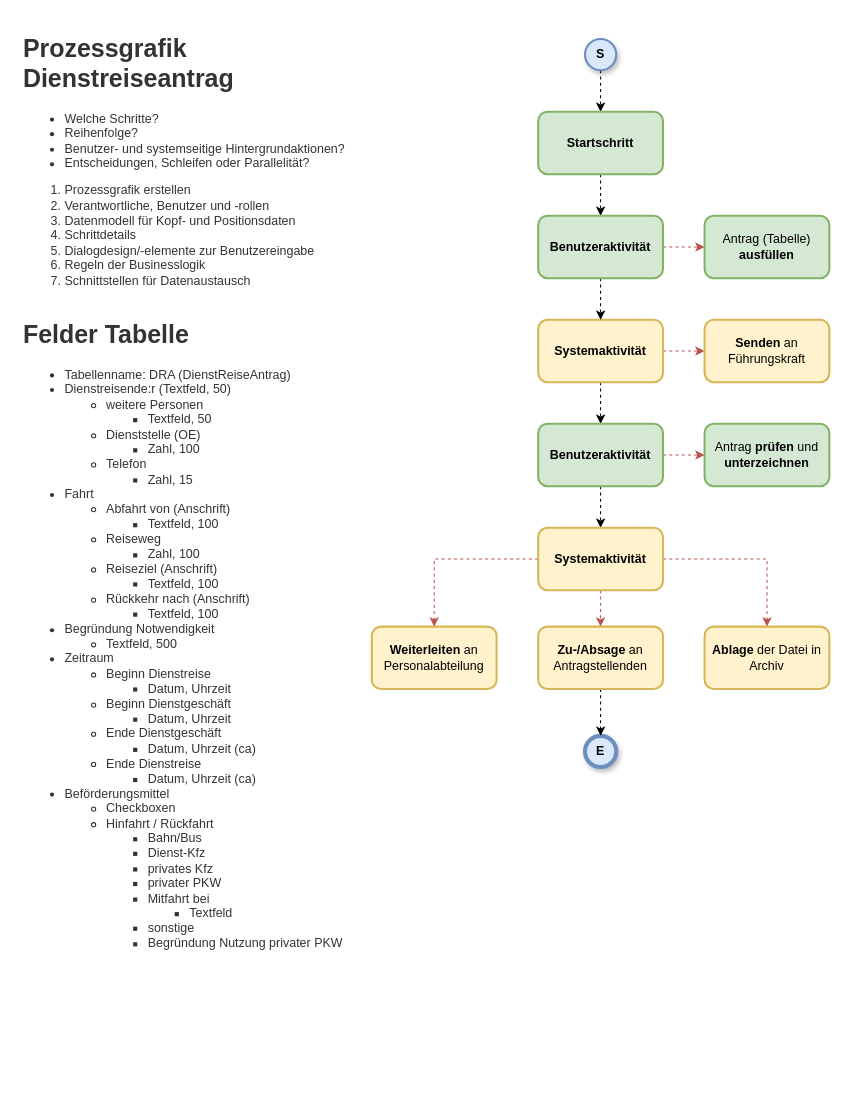
Before: jra-dienstreiseantrag.drawio in SaBy1188/JobRouterLearn, a draw.io diagram. Source tidied: cells renumbered, new cells numbered last; positions are measured from the earlier drawing's top-left corner, leaving out a move shared by most shapes. Both pictures are drawn from the tidied source at 104%, with x=0, y=0 at pixel (18, 28).
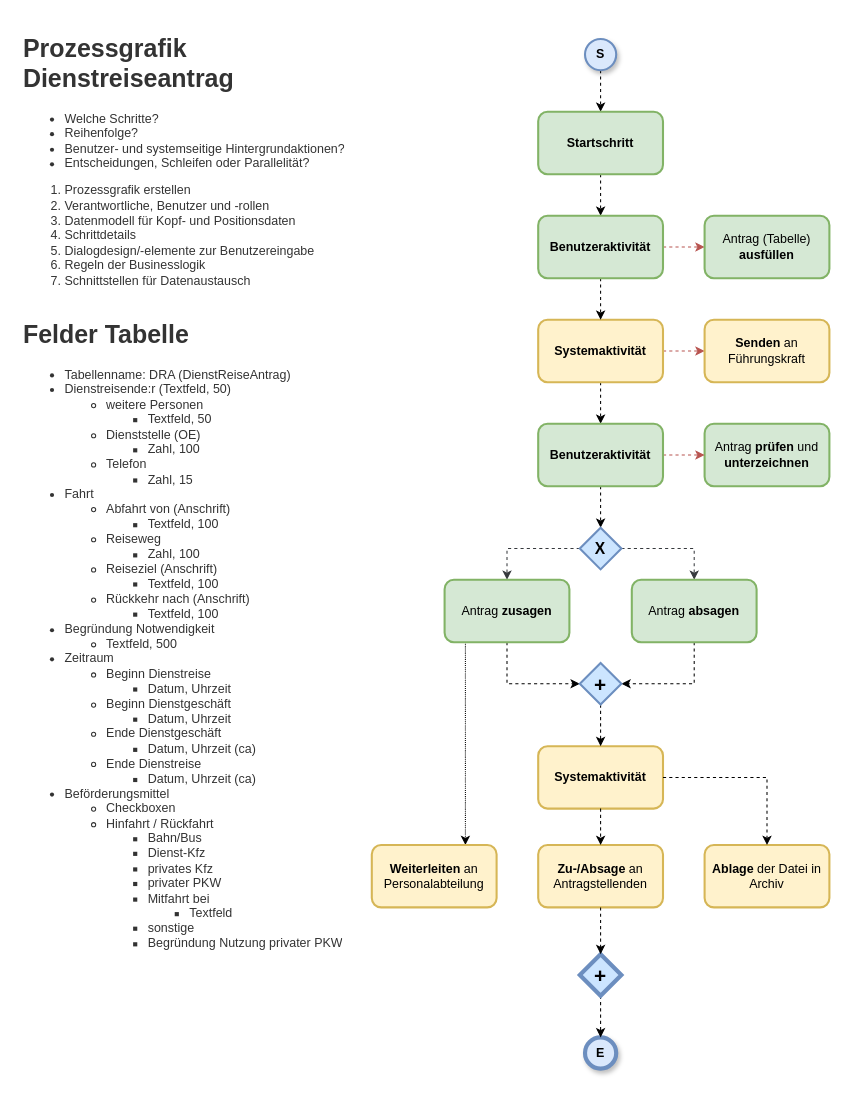
After the change.

Unchanged cells that the change refers to:
```xml
<mxCell id="18" value="&lt;b&gt;Benutzeraktivität&lt;/b&gt;" style="rounded=1;whiteSpace=wrap;html=1;fillColor=#d5e8d4;strokeColor=#82b366;strokeWidth=2;shadow=0;glass=0;" parent="1" vertex="1">
  <mxGeometry x="500" y="380" width="120" height="60" as="geometry" />
</mxCell>
```

Change to the diagram source:
```diff
@@
     <mxCell id="4" value="&lt;b&gt;E&lt;/b&gt;" style="ellipse;whiteSpace=wrap;html=1;fillColor=#dae8fc;strokeColor=#6c8ebf;strokeWidth=4;shadow=1;" parent="1" vertex="1">
-      <mxGeometry x="545" y="680" width="30" height="30" as="geometry" />
+      <mxGeometry x="545" y="970" width="30" height="30" as="geometry" />
     </mxCell>
@@
-    <mxCell id="17" style="edgeStyle=orthogonalEdgeStyle;rounded=0;jettySize=auto;html=1;dashed=1;" parent="1" edge="1" source="18" target="25">
-      <mxGeometry relative="1" as="geometry" />
-    </mxCell>
+    <mxCell id="29" style="edgeStyle=orthogonalEdgeStyle;rounded=0;jettySize=auto;html=1;dashed=1;" parent="1" edge="1" source="18" target="33">
+      <mxGeometry relative="1" as="geometry" />
+    </mxCell>
@@
+    <mxCell id="20" value="&lt;h1&gt;Prozessgrafik&lt;br&gt;Dienstreiseantrag&lt;/h1&gt;&lt;ul style=&quot;border-color: var(--border-color); color: rgb(51, 51, 51);&quot;&gt;&lt;li style=&quot;border-color: var(--border-color);&quot;&gt;Welche Schritte?&lt;/li&gt;&lt;li style=&quot;border-color: var(--border-color);&quot;&gt;Reihenfolge?&lt;/li&gt;&lt;li style=&quot;border-color: var(--border-color);&quot;&gt;Benutzer- und systemseitige Hintergrundaktionen?&lt;/li&gt;&lt;li style=&quot;border-color: var(--border-color);&quot;&gt;Entscheidungen, Schleifen oder Parallelität?&lt;/li&gt;&lt;/ul&gt;&lt;ol style=&quot;border-color: var(--border-color); color: rgb(51, 51, 51);&quot;&gt;&lt;li style=&quot;border-color: var(--border-color);&quot;&gt;Prozessgrafik erstellen&lt;/li&gt;&lt;li style=&quot;border-color: var(--border-color);&quot;&gt;Verantwortliche, Benutzer und -rollen&lt;/li&gt;&lt;li style=&quot;border-color: var(--border-color);&quot;&gt;Datenmodell für Kopf- und Positionsdaten&lt;/li&gt;&lt;li style=&quot;border-color: var(--border-color);&quot;&gt;Schrittdetails&lt;/li&gt;&lt;li style=&quot;border-color: var(--border-color);&quot;&gt;Dialogdesign/-elemente zur Benutzereingabe&lt;/li&gt;&lt;li style=&quot;border-color: var(--border-color);&quot;&gt;Regeln der Businesslogik&lt;/li&gt;&lt;li style=&quot;border-color: var(--border-color);&quot;&gt;Schnittstellen für Datenaustausch&lt;/li&gt;&lt;/ol&gt;" style="text;html=1;spacing=5;spacingTop=-20;whiteSpace=wrap;overflow=hidden;rounded=0;fillColor=#FFFFFF;fontColor=#333333;strokeColor=none;" parent="1" vertex="1">
+      <mxGeometry width="330" height="260" as="geometry" />
+    </mxCell>
+    <mxCell id="27" value="&lt;h1&gt;Felder Tabelle&lt;/h1&gt;&lt;div&gt;&lt;ul style=&quot;border-color: var(--border-color);&quot;&gt;&lt;li style=&quot;border-color: var(--border-color);&quot;&gt;Tabellenname: DRA (DienstReiseAntrag)&lt;/li&gt;&lt;li style=&quot;border-color: var(--border-color);&quot;&gt;Dienstreisende:r (Textfeld, 50)&lt;/li&gt;&lt;ul style=&quot;border-color: var(--border-color);&quot;&gt;&lt;li style=&quot;border-color: var(--border-color);&quot;&gt;weitere Personen&lt;/li&gt;&lt;ul style=&quot;border-color: var(--border-color);&quot;&gt;&lt;li style=&quot;border-color: var(--border-color);&quot;&gt;Textfeld, 50&lt;/li&gt;&lt;/ul&gt;&lt;li style=&quot;border-color: var(--border-color);&quot;&gt;Dienststelle (OE)&lt;/li&gt;&lt;ul style=&quot;border-color: var(--border-color);&quot;&gt;&lt;li style=&quot;border-color: var(--border-color);&quot;&gt;Zahl, 100&lt;/li&gt;&lt;/ul&gt;&lt;li style=&quot;border-color: var(--border-color);&quot;&gt;Telefon&lt;/li&gt;&lt;ul style=&quot;border-color: var(--border-color);&quot;&gt;&lt;li style=&quot;border-color: var(--border-color);&quot;&gt;Zahl, 15&lt;/li&gt;&lt;/ul&gt;&lt;/ul&gt;&lt;li style=&quot;border-color: var(--border-color);&quot;&gt;Fahrt&lt;/li&gt;&lt;ul style=&quot;border-color: var(--border-color);&quot;&gt;&lt;li style=&quot;border-color: var(--border-color);&quot;&gt;Abfahrt von (Anschrift)&lt;/li&gt;&lt;ul style=&quot;border-color: var(--border-color);&quot;&gt;&lt;li style=&quot;border-color: var(--border-color);&quot;&gt;Textfeld, 100&lt;/li&gt;&lt;/ul&gt;&lt;li style=&quot;border-color: var(--border-color);&quot;&gt;Reiseweg&lt;/li&gt;&lt;ul style=&quot;border-color: var(--border-color);&quot;&gt;&lt;li style=&quot;border-color: var(--border-color);&quot;&gt;Zahl, 100&lt;/li&gt;&lt;/ul&gt;&lt;li style=&quot;border-color: var(--border-color);&quot;&gt;Reiseziel (Anschrift)&lt;/li&gt;&lt;ul style=&quot;border-color: var(--border-color);&quot;&gt;&lt;li style=&quot;border-color: var(--border-color);&quot;&gt;Textfeld, 100&lt;/li&gt;&lt;/ul&gt;&lt;li style=&quot;border-color: var(--border-color);&quot;&gt;Rückkehr nach (Anschrift)&lt;/li&gt;&lt;ul style=&quot;border-color: var(--border-color);&quot;&gt;&lt;li style=&quot;border-color: var(--border-color);&quot;&gt;Textfeld, 100&lt;/li&gt;&lt;/ul&gt;&lt;/ul&gt;&lt;li style=&quot;border-color: var(--border-color);&quot;&gt;Begründung Notwendigkeit&lt;/li&gt;&lt;ul style=&quot;border-color: var(--border-color);&quot;&gt;&lt;li style=&quot;border-color: var(--border-color);&quot;&gt;Textfeld, 500&lt;/li&gt;&lt;/ul&gt;&lt;li style=&quot;border-color: var(--border-color);&quot;&gt;Zeitraum&lt;/li&gt;&lt;ul style=&quot;border-color: var(--border-color);&quot;&gt;&lt;li style=&quot;border-color: var(--border-color);&quot;&gt;Beginn Dienstreise&lt;/li&gt;&lt;ul style=&quot;border-color: var(--border-color);&quot;&gt;&lt;li style=&quot;border-color: var(--border-color);&quot;&gt;Datum, Uhrzeit&lt;/li&gt;&lt;/ul&gt;&lt;li style=&quot;border-color: var(--border-color);&quot;&gt;Beginn Dienstgeschäft&lt;/li&gt;&lt;ul style=&quot;border-color: var(--border-color);&quot;&gt;&lt;li style=&quot;border-color: var(--border-color);&quot;&gt;Datum, Uhrzeit&lt;/li&gt;&lt;/ul&gt;&lt;li style=&quot;border-color: var(--border-color);&quot;&gt;Ende Dienstgeschäft&lt;/li&gt;&lt;ul style=&quot;border-color: var(--border-color);&quot;&gt;&lt;li style=&quot;border-color: var(--border-color);&quot;&gt;Datum, Uhrzeit (ca)&lt;/li&gt;&lt;/ul&gt;&lt;li style=&quot;border-color: var(--border-color);&quot;&gt;Ende Dienstreise&lt;/li&gt;&lt;ul style=&quot;border-color: var(--border-color);&quot;&gt;&lt;li style=&quot;border-color: var(--border-color);&quot;&gt;Datum, Uhrzeit (ca)&lt;/li&gt;&lt;/ul&gt;&lt;/ul&gt;&lt;li style=&quot;border-color: var(--border-color);&quot;&gt;Beförderungsmittel&lt;/li&gt;&lt;ul style=&quot;border-color: var(--border-color);&quot;&gt;&lt;li style=&quot;border-color: var(--border-color);&quot;&gt;Checkboxen&lt;/li&gt;&lt;li style=&quot;border-color: var(--border-color);&quot;&gt;Hinfahrt / Rückfahrt&lt;/li&gt;&lt;ul style=&quot;border-color: var(--border-color);&quot;&gt;&lt;li style=&quot;border-color: var(--border-color);&quot;&gt;Bahn/Bus&lt;/li&gt;&lt;li style=&quot;border-color: var(--border-color);&quot;&gt;Dienst-Kfz&lt;/li&gt;&lt;li style=&quot;border-color: var(--border-color);&quot;&gt;privates Kfz&lt;/li&gt;&lt;li style=&quot;border-color: var(--border-color);&quot;&gt;privater PKW&lt;/li&gt;&lt;li style=&quot;border-color: var(--border-color);&quot;&gt;Mitfahrt bei&lt;/li&gt;&lt;ul style=&quot;border-color: var(--border-color);&quot;&gt;&lt;li style=&quot;border-color: var(--border-color);&quot;&gt;Textfeld&lt;/li&gt;&lt;/ul&gt;&lt;li style=&quot;border-color: var(--border-color);&quot;&gt;sonstige&lt;/li&gt;&lt;li style=&quot;border-color: var(--border-color);&quot;&gt;Begründung Nutzung privater PKW&lt;/li&gt;&lt;/ul&gt;&lt;/ul&gt;&lt;/ul&gt;&lt;/div&gt;" style="text;html=1;spacing=5;spacingTop=-20;whiteSpace=wrap;overflow=hidden;rounded=0;fillColor=#FFFFFF;fontColor=#333333;strokeColor=none;" parent="1" vertex="1">
+      <mxGeometry y="275" width="330" height="625" as="geometry" />
+    </mxCell>
+    <mxCell id="30" style="edgeStyle=orthogonalEdgeStyle;rounded=0;jettySize=auto;html=1;dashed=1;" parent="1" edge="1" source="41" target="4">
+      <mxGeometry relative="1" as="geometry" />
+    </mxCell>
+    <mxCell id="31" style="edgeStyle=orthogonalEdgeStyle;rounded=0;jettySize=auto;html=1;entryX=0.5;entryY=0;entryDx=0;entryDy=0;dashed=1;fillColor=#ffcccc;strokeColor=#36393d;" parent="1" edge="1" source="33" target="38">
+      <mxGeometry relative="1" as="geometry" />
+    </mxCell>
+    <mxCell id="32" style="edgeStyle=orthogonalEdgeStyle;rounded=0;jettySize=auto;html=1;entryX=0.5;entryY=0;entryDx=0;entryDy=0;dashed=1;fillColor=#ffcccc;strokeColor=#36393d;" parent="1" edge="1" source="33" target="36">
+      <mxGeometry relative="1" as="geometry" />
+    </mxCell>
+    <mxCell id="33" value="&lt;font size=&quot;1&quot; style=&quot;&quot;&gt;&lt;b style=&quot;font-size: 15px;&quot;&gt;X&lt;/b&gt;&lt;/font&gt;" style="rhombus;whiteSpace=wrap;html=1;fillColor=#cce5ff;strokeColor=#6c8ebf;strokeWidth=2;" parent="1" vertex="1">
+      <mxGeometry x="540" y="480" width="40" height="40" as="geometry" />
+    </mxCell>
+    <mxCell id="34" style="edgeStyle=orthogonalEdgeStyle;rounded=0;jettySize=auto;html=1;entryX=0;entryY=0.5;entryDx=0;entryDy=0;exitX=0.5;exitY=1;exitDx=0;exitDy=0;dashed=1;" parent="1" edge="1" source="36" target="40">
+      <mxGeometry relative="1" as="geometry" />
+    </mxCell>
+    <mxCell id="35" style="edgeStyle=orthogonalEdgeStyle;rounded=0;jettySize=auto;html=1;exitX=0.25;exitY=1;exitDx=0;exitDy=0;entryX=0.75;entryY=0;entryDx=0;entryDy=0;dashed=1;dashPattern=1 1;" parent="1" edge="1" source="36" target="19">
+      <mxGeometry relative="1" as="geometry">
+        <Array as="points">
+          <mxPoint x="430" y="590" />
+        </Array>
+      </mxGeometry>
+    </mxCell>
+    <mxCell id="36" value="Antrag &lt;b&gt;zusagen&lt;/b&gt;" style="rounded=1;whiteSpace=wrap;html=1;fillColor=#d5e8d4;strokeColor=#82b366;strokeWidth=2;" parent="1" vertex="1">
+      <mxGeometry x="410" y="530" width="120" height="60" as="geometry" />
+    </mxCell>
+    <mxCell id="37" style="edgeStyle=orthogonalEdgeStyle;rounded=0;jettySize=auto;html=1;entryX=1;entryY=0.5;entryDx=0;entryDy=0;exitX=0.5;exitY=1;exitDx=0;exitDy=0;dashed=1;" parent="1" edge="1" source="38" target="40">
+      <mxGeometry relative="1" as="geometry" />
+    </mxCell>
+    <mxCell id="38" value="Antrag &lt;b&gt;absagen&lt;/b&gt;" style="rounded=1;whiteSpace=wrap;html=1;fillColor=#d5e8d4;strokeColor=#82b366;strokeWidth=2;" parent="1" vertex="1">
+      <mxGeometry x="590" y="530" width="120" height="60" as="geometry" />
+    </mxCell>
     <mxCell id="19" value="&lt;b&gt;Weiterleiten &lt;/b&gt;an Personalabteilung" style="rounded=1;whiteSpace=wrap;html=1;fillColor=#fff2cc;strokeColor=#d6b656;strokeWidth=2;" parent="1" vertex="1">
-      <mxGeometry x="340" y="575" width="120" height="60" as="geometry" />
+      <mxGeometry x="340" y="785" width="120" height="60" as="geometry" />
     </mxCell>
-    <mxCell id="20" value="&lt;h1&gt;Prozessgrafik&lt;br&gt;Dienstreiseantrag&lt;/h1&gt;&lt;ul style=&quot;border-color: var(--border-color); color: rgb(51, 51, 51);&quot;&gt;&lt;li style=&quot;border-color: var(--border-color);&quot;&gt;Welche Schritte?&lt;/li&gt;&lt;li style=&quot;border-color: var(--border-color);&quot;&gt;Reihenfolge?&lt;/li&gt;&lt;li style=&quot;border-color: var(--border-color);&quot;&gt;Benutzer- und systemseitige Hintergrundaktionen?&lt;/li&gt;&lt;li style=&quot;border-color: var(--border-color);&quot;&gt;Entscheidungen, Schleifen oder Parallelität?&lt;/li&gt;&lt;/ul&gt;&lt;ol style=&quot;border-color: var(--border-color); color: rgb(51, 51, 51);&quot;&gt;&lt;li style=&quot;border-color: var(--border-color);&quot;&gt;Prozessgrafik erstellen&lt;/li&gt;&lt;li style=&quot;border-color: var(--border-color);&quot;&gt;Verantwortliche, Benutzer und -rollen&lt;/li&gt;&lt;li style=&quot;border-color: var(--border-color);&quot;&gt;Datenmodell für Kopf- und Positionsdaten&lt;/li&gt;&lt;li style=&quot;border-color: var(--border-color);&quot;&gt;Schrittdetails&lt;/li&gt;&lt;li style=&quot;border-color: var(--border-color);&quot;&gt;Dialogdesign/-elemente zur Benutzereingabe&lt;/li&gt;&lt;li style=&quot;border-color: var(--border-color);&quot;&gt;Regeln der Businesslogik&lt;/li&gt;&lt;li style=&quot;border-color: var(--border-color);&quot;&gt;Schnittstellen für Datenaustausch&lt;/li&gt;&lt;/ol&gt;" style="text;html=1;spacing=5;spacingTop=-20;whiteSpace=wrap;overflow=hidden;rounded=0;fillColor=#FFFFFF;fontColor=#333333;strokeColor=none;" parent="1" vertex="1">
-      <mxGeometry width="330" height="260" as="geometry" />
-    </mxCell>
-    <mxCell id="21" style="edgeStyle=orthogonalEdgeStyle;rounded=0;jettySize=auto;html=1;dashed=1;fillColor=#f8cecc;strokeColor=#b85450;exitX=0.75;exitY=0;exitDx=0;exitDy=0;" parent="1" edge="1" source="25" target="19">
-      <mxGeometry relative="1" as="geometry">
-        <Array as="points">
-          <mxPoint x="590" y="510" />
-        </Array>
-      </mxGeometry>
-    </mxCell>
-    <mxCell id="22" style="edgeStyle=orthogonalEdgeStyle;rounded=0;jettySize=auto;html=1;exitX=1;exitY=0.5;exitDx=0;exitDy=0;entryX=0.5;entryY=0;entryDx=0;entryDy=0;dashed=1;fillColor=#f8cecc;strokeColor=#b85450;" parent="1" edge="1" source="25" target="26">
-      <mxGeometry relative="1" as="geometry" />
-    </mxCell>
-    <mxCell id="23" style="edgeStyle=orthogonalEdgeStyle;rounded=0;jettySize=auto;html=1;exitX=0.5;exitY=1;exitDx=0;exitDy=0;entryX=0.5;entryY=0;entryDx=0;entryDy=0;fillColor=#f8cecc;strokeColor=#b85450;dashed=1;" parent="1" edge="1" source="25" target="28">
-      <mxGeometry relative="1" as="geometry" />
-    </mxCell>
-    <mxCell id="24" style="edgeStyle=orthogonalEdgeStyle;rounded=0;jettySize=auto;html=1;dashed=1;" parent="1" edge="1" source="28" target="4">
-      <mxGeometry relative="1" as="geometry" />
-    </mxCell>
     <mxCell id="25" value="&lt;b&gt;Systemaktivität&lt;/b&gt;" style="rounded=1;whiteSpace=wrap;html=1;fillColor=#fff2cc;strokeColor=#d6b656;strokeWidth=2;" parent="1" vertex="1">
-      <mxGeometry x="500" y="480" width="120" height="60" as="geometry" />
+      <mxGeometry x="500" y="690" width="120" height="60" as="geometry" />
     </mxCell>
     <mxCell id="26" value="&lt;b&gt;Ablage&lt;/b&gt; der Datei in Archiv" style="rounded=1;whiteSpace=wrap;html=1;fillColor=#fff2cc;strokeColor=#d6b656;strokeWidth=2;" parent="1" vertex="1">
-      <mxGeometry x="660" y="575" width="120" height="60" as="geometry" />
+      <mxGeometry x="660" y="785" width="120" height="60" as="geometry" />
     </mxCell>
-    <mxCell id="27" value="&lt;h1&gt;Felder Tabelle&lt;/h1&gt;&lt;div&gt;&lt;ul style=&quot;border-color: var(--border-color);&quot;&gt;&lt;li style=&quot;border-color: var(--border-color);&quot;&gt;Tabellenname: DRA (DienstReiseAntrag)&lt;/li&gt;&lt;li style=&quot;border-color: var(--border-color);&quot;&gt;Dienstreisende:r (Textfeld, 50)&lt;/li&gt;&lt;ul style=&quot;border-color: var(--border-color);&quot;&gt;&lt;li style=&quot;border-color: var(--border-color);&quot;&gt;weitere Personen&lt;/li&gt;&lt;ul style=&quot;border-color: var(--border-color);&quot;&gt;&lt;li style=&quot;border-color: var(--border-color);&quot;&gt;Textfeld, 50&lt;/li&gt;&lt;/ul&gt;&lt;li style=&quot;border-color: var(--border-color);&quot;&gt;Dienststelle (OE)&lt;/li&gt;&lt;ul style=&quot;border-color: var(--border-color);&quot;&gt;&lt;li style=&quot;border-color: var(--border-color);&quot;&gt;Zahl, 100&lt;/li&gt;&lt;/ul&gt;&lt;li style=&quot;border-color: var(--border-color);&quot;&gt;Telefon&lt;/li&gt;&lt;ul style=&quot;border-color: var(--border-color);&quot;&gt;&lt;li style=&quot;border-color: var(--border-color);&quot;&gt;Zahl, 15&lt;/li&gt;&lt;/ul&gt;&lt;/ul&gt;&lt;li style=&quot;border-color: var(--border-color);&quot;&gt;Fahrt&lt;/li&gt;&lt;ul style=&quot;border-color: var(--border-color);&quot;&gt;&lt;li style=&quot;border-color: var(--border-color);&quot;&gt;Abfahrt von (Anschrift)&lt;/li&gt;&lt;ul style=&quot;border-color: var(--border-color);&quot;&gt;&lt;li style=&quot;border-color: var(--border-color);&quot;&gt;Textfeld, 100&lt;/li&gt;&lt;/ul&gt;&lt;li style=&quot;border-color: var(--border-color);&quot;&gt;Reiseweg&lt;/li&gt;&lt;ul style=&quot;border-color: var(--border-color);&quot;&gt;&lt;li style=&quot;border-color: var(--border-color);&quot;&gt;Zahl, 100&lt;/li&gt;&lt;/ul&gt;&lt;li style=&quot;border-color: var(--border-color);&quot;&gt;Reiseziel (Anschrift)&lt;/li&gt;&lt;ul style=&quot;border-color: var(--border-color);&quot;&gt;&lt;li style=&quot;border-color: var(--border-color);&quot;&gt;Textfeld, 100&lt;/li&gt;&lt;/ul&gt;&lt;li style=&quot;border-color: var(--border-color);&quot;&gt;Rückkehr nach (Anschrift)&lt;/li&gt;&lt;ul style=&quot;border-color: var(--border-color);&quot;&gt;&lt;li style=&quot;border-color: var(--border-color);&quot;&gt;Textfeld, 100&lt;/li&gt;&lt;/ul&gt;&lt;/ul&gt;&lt;li style=&quot;border-color: var(--border-color);&quot;&gt;Begründung Notwendigkeit&lt;/li&gt;&lt;ul style=&quot;border-color: var(--border-color);&quot;&gt;&lt;li style=&quot;border-color: var(--border-color);&quot;&gt;Textfeld, 500&lt;/li&gt;&lt;/ul&gt;&lt;li style=&quot;border-color: var(--border-color);&quot;&gt;Zeitraum&lt;/li&gt;&lt;ul style=&quot;border-color: var(--border-color);&quot;&gt;&lt;li style=&quot;border-color: var(--border-color);&quot;&gt;Beginn Dienstreise&lt;/li&gt;&lt;ul style=&quot;border-color: var(--border-color);&quot;&gt;&lt;li style=&quot;border-color: var(--border-color);&quot;&gt;Datum, Uhrzeit&lt;/li&gt;&lt;/ul&gt;&lt;li style=&quot;border-color: var(--border-color);&quot;&gt;Beginn Dienstgeschäft&lt;/li&gt;&lt;ul style=&quot;border-color: var(--border-color);&quot;&gt;&lt;li style=&quot;border-color: var(--border-color);&quot;&gt;Datum, Uhrzeit&lt;/li&gt;&lt;/ul&gt;&lt;li style=&quot;border-color: var(--border-color);&quot;&gt;Ende Dienstgeschäft&lt;/li&gt;&lt;ul style=&quot;border-color: var(--border-color);&quot;&gt;&lt;li style=&quot;border-color: var(--border-color);&quot;&gt;Datum, Uhrzeit (ca)&lt;/li&gt;&lt;/ul&gt;&lt;li style=&quot;border-color: var(--border-color);&quot;&gt;Ende Dienstreise&lt;/li&gt;&lt;ul style=&quot;border-color: var(--border-color);&quot;&gt;&lt;li style=&quot;border-color: var(--border-color);&quot;&gt;Datum, Uhrzeit (ca)&lt;/li&gt;&lt;/ul&gt;&lt;/ul&gt;&lt;li style=&quot;border-color: var(--border-color);&quot;&gt;Beförderungsmittel&lt;/li&gt;&lt;ul style=&quot;border-color: var(--border-color);&quot;&gt;&lt;li style=&quot;border-color: var(--border-color);&quot;&gt;Checkboxen&lt;/li&gt;&lt;li style=&quot;border-color: var(--border-color);&quot;&gt;Hinfahrt / Rückfahrt&lt;/li&gt;&lt;ul style=&quot;border-color: var(--border-color);&quot;&gt;&lt;li style=&quot;border-color: var(--border-color);&quot;&gt;Bahn/Bus&lt;/li&gt;&lt;li style=&quot;border-color: var(--border-color);&quot;&gt;Dienst-Kfz&lt;/li&gt;&lt;li style=&quot;border-color: var(--border-color);&quot;&gt;privates Kfz&lt;/li&gt;&lt;li style=&quot;border-color: var(--border-color);&quot;&gt;privater PKW&lt;/li&gt;&lt;li style=&quot;border-color: var(--border-color);&quot;&gt;Mitfahrt bei&lt;/li&gt;&lt;ul style=&quot;border-color: var(--border-color);&quot;&gt;&lt;li style=&quot;border-color: var(--border-color);&quot;&gt;Textfeld&lt;/li&gt;&lt;/ul&gt;&lt;li style=&quot;border-color: var(--border-color);&quot;&gt;sonstige&lt;/li&gt;&lt;li style=&quot;border-color: var(--border-color);&quot;&gt;Begründung Nutzung privater PKW&lt;/li&gt;&lt;/ul&gt;&lt;/ul&gt;&lt;/ul&gt;&lt;/div&gt;" style="text;html=1;spacing=5;spacingTop=-20;whiteSpace=wrap;overflow=hidden;rounded=0;fillColor=#FFFFFF;fontColor=#333333;strokeColor=none;" parent="1" vertex="1">
-      <mxGeometry y="275" width="330" height="625" as="geometry" />
-    </mxCell>
+    <mxCell id="22" style="edgeStyle=orthogonalEdgeStyle;rounded=0;jettySize=auto;html=1;exitX=1;exitY=0.5;exitDx=0;exitDy=0;entryX=0.5;entryY=0;entryDx=0;entryDy=0;dashed=1;fillColor=#f8cecc;strokeColor=#000000;" parent="1" edge="1" source="25" target="26">
+      <mxGeometry relative="1" as="geometry" />
+    </mxCell>
     <mxCell id="28" value="&lt;b&gt;Zu-/Absage&amp;nbsp;&lt;/b&gt;an Antragstellenden" style="rounded=1;whiteSpace=wrap;html=1;fillColor=#fff2cc;strokeColor=#d6b656;strokeWidth=2;" parent="1" vertex="1">
-      <mxGeometry x="500" y="575" width="120" height="60" as="geometry" />
+      <mxGeometry x="500" y="785" width="120" height="60" as="geometry" />
     </mxCell>
+    <mxCell id="23" style="edgeStyle=orthogonalEdgeStyle;rounded=0;jettySize=auto;html=1;exitX=0.5;exitY=1;exitDx=0;exitDy=0;entryX=0.5;entryY=0;entryDx=0;entryDy=0;fillColor=#f8cecc;strokeColor=#000000;dashed=1;" parent="1" edge="1" source="25" target="28">
+      <mxGeometry relative="1" as="geometry" />
+    </mxCell>
+    <mxCell id="39" style="edgeStyle=orthogonalEdgeStyle;rounded=0;jettySize=auto;html=1;dashed=1;" parent="1" edge="1" source="40" target="25">
+      <mxGeometry relative="1" as="geometry" />
+    </mxCell>
+    <mxCell id="40" value="&lt;font style=&quot;font-size: 20px;&quot;&gt;&lt;b&gt;+&lt;/b&gt;&lt;/font&gt;" style="rhombus;whiteSpace=wrap;html=1;fillColor=#cce5ff;strokeColor=#6c8ebf;strokeWidth=2;" parent="1" vertex="1">
+      <mxGeometry x="540" y="610" width="40" height="40" as="geometry" />
+    </mxCell>
+    <mxCell id="41" value="&lt;font style=&quot;font-size: 20px;&quot;&gt;&lt;b&gt;+&lt;/b&gt;&lt;/font&gt;" style="rhombus;whiteSpace=wrap;html=1;fillColor=#cce5ff;strokeColor=#6c8ebf;strokeWidth=4;" parent="1" vertex="1">
+      <mxGeometry x="540" y="890" width="40" height="40" as="geometry" />
+    </mxCell>
+    <mxCell id="42" style="edgeStyle=orthogonalEdgeStyle;rounded=0;jettySize=auto;html=1;dashed=1;" parent="1" edge="1" source="28" target="41">
+      <mxGeometry relative="1" as="geometry" />
+    </mxCell>
```
